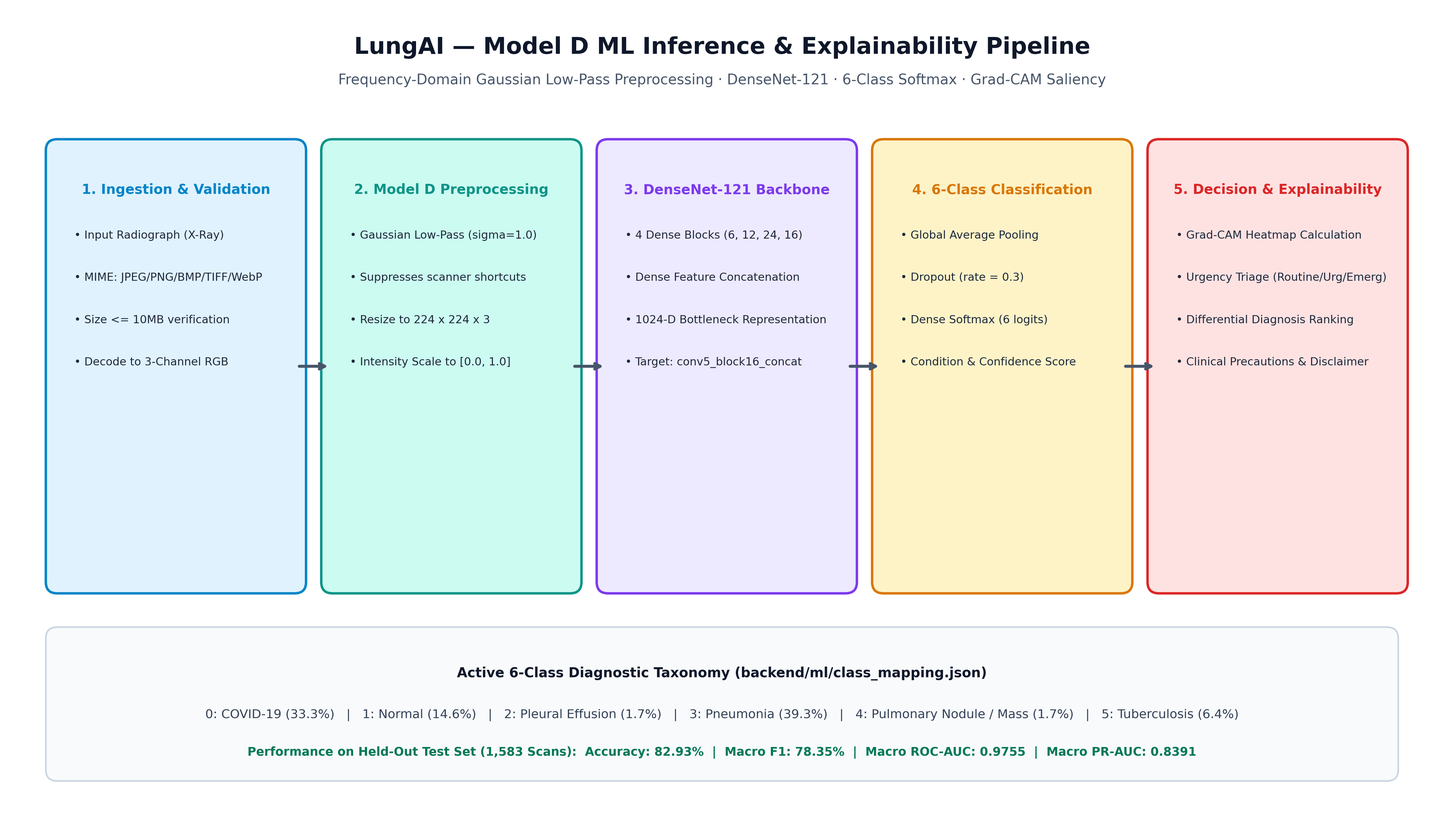
Above: docs/diagrams/rendered/ml_inference_pipeline.png in KSathwik/Lung_Disease_Detector (Mermaid), before the change. Its source is kept beside it as docs/diagrams/source/ml_inference_pipeline.mmd. The source it was exported from:
```mermaid
flowchart TD
    RawCXR["Input Chest Radiograph<br/>(JPEG / PNG / BMP / TIFF / WebP &le; 10MB)"]

    subgraph Preprocessing_Stage ["Model D Frequency-Domain Preprocessing Pipeline"]
        Decode["Format & Channel Normalization<br/>Ensure 3-Channel RGB (H &times; W &times; 3)"]
        LPF["Spatial Gaussian Low-Pass Filter (&sigma; = 1.0)<br/>Attenuates High-Frequency Scanner Artifacts"]
        Resize["ImageNet Geometry Standardization<br/>Bilinear Interpolation &rarr; 224 &times; 224 &times; 3"]
        Norm["Intensity Scaling<br/>float32 Normalized to Range [0.0, 1.0]"]
    end

    subgraph Deep_Inference_Stage ["DenseNet-121 Deep Neural Network (Frozen Model D Checkpoint)"]
        ConvInit["Initial 7&times;7 Conv (stride 2) + 3&times;3 MaxPool<br/>64 Feature Maps"]
        DB1["Dense Block 1 (6 layers) + Transition Layer 1"]
        DB2["Dense Block 2 (12 layers) + Transition Layer 2"]
        DB3["Dense Block 3 (24 layers) + Transition Layer 3"]
        DB4["Dense Block 4 (16 layers)<br/>Target Feature Map: conv5_block16_concat"]
        Head["Global Average Pooling (1024-D)<br/>Dropout (p = 0.3) &bull; Dense 6 Units"]
        Softmax["Softmax Probability Vector &bull; &sum; p_i = 1.0"]
    end

    subgraph Decision_Explainability_Stage ["Clinical Decision Support & Explainability"]
        Classes["6 Active Disease Classes:<br/>0: COVID-19<br/>1: Normal<br/>2: Pleural Effusion<br/>3: Pneumonia<br/>4: Pulmonary Nodule / Mass<br/>5: Tuberculosis"]
        GradCAMCalc["Grad-CAM Gradient Computation<br/>&alpha;_k = GAP(&part;y^c / &part;A^k)<br/>L^c = ReLU(&sum; &alpha;_k A^k)"]
        Overlay["Saliency Map Generation<br/>Jet Color Map + Original CXR Alpha-Blending"]
        Triage["Urgency Triage Determination<br/>Routine (&le;60% or Normal)<br/>Urgent (Effusion/Nodule/TB)<br/>Emergency (COVID-19 / Severe Pneumonia)"]
        Findings["Radiological Findings & Advisory<br/>Differential Candidates &bull; Precautions &bull; Disclaimer"]
    end

    RawCXR --> Decode
    Decode --> LPF
    LPF --> Resize
    Resize --> Norm
    Norm --> ConvInit
    ConvInit --> DB1 --> DB2 --> DB3 --> DB4 --> Head --> Softmax
    Softmax --> Classes
    DB4 --> GradCAMCalc
    Softmax --> GradCAMCalc
    GradCAMCalc --> Overlay
    Classes --> Triage
    Triage --> Findings
```
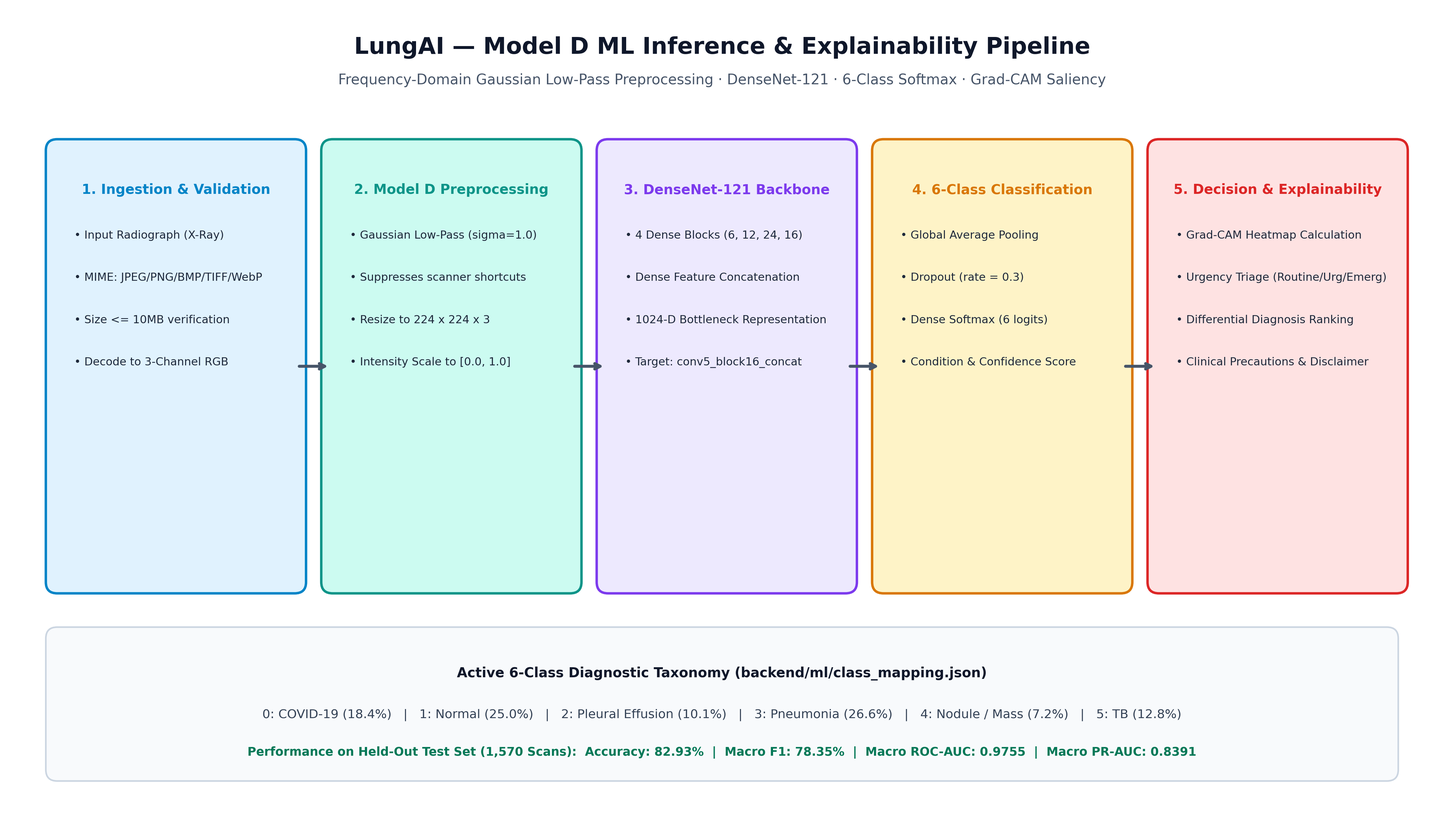
Above is the later version.

Diff of the diagram source:
```diff
@@ -3,9 +3,11 @@
 
     subgraph Preprocessing_Stage ["Model D Frequency-Domain Preprocessing Pipeline"]
         Decode["Format & Channel Normalization<br/>Ensure 3-Channel RGB (H &times; W &times; 3)"]
-        LPF["Spatial Gaussian Low-Pass Filter (&sigma; = 1.0)<br/>Attenuates High-Frequency Scanner Artifacts"]
-        Resize["ImageNet Geometry Standardization<br/>Bilinear Interpolation &rarr; 224 &times; 224 &times; 3"]
-        Norm["Intensity Scaling<br/>float32 Normalized to Range [0.0, 1.0]"]
+        Blur["Initial Gaussian Blur (3&times;3, &sigma;=0.8)<br/>High-Frequency Spike Damping"]
+        CLAHE["CIE LAB Conversion & CLAHE<br/>Clip Limit 2.0 &bull; Tile Grid 8&times;8 on L Channel"]
+        LPF["Spatial Gaussian Low-Pass Filter (&sigma;=1.0)<br/>Attenuates Scanner Fingerprints & Textures"]
+        Resize["ImageNet Geometry Standardization<br/>Lanczos-4 Interpolation &rarr; 224 &times; 224 &times; 3"]
+        Norm["ImageNet Z-Score Normalization<br/>(Pixel/255.0 - &mu;) / &sigma; &bull; float32"]
     end
 
     subgraph Deep_Inference_Stage ["DenseNet-121 Deep Neural Network (Frozen Model D Checkpoint)"]
@@ -13,21 +15,23 @@
         DB1["Dense Block 1 (6 layers) + Transition Layer 1"]
         DB2["Dense Block 2 (12 layers) + Transition Layer 2"]
         DB3["Dense Block 3 (24 layers) + Transition Layer 3"]
-        DB4["Dense Block 4 (16 layers)<br/>Target Feature Map: conv5_block16_concat"]
-        Head["Global Average Pooling (1024-D)<br/>Dropout (p = 0.3) &bull; Dense 6 Units"]
-        Softmax["Softmax Probability Vector &bull; &sum; p_i = 1.0"]
+        DB4["Dense Block 4 (16 layers)<br/>Target Feature Map: conv5_block16_concat / relu"]
+        Head["Global Average Pooling (1024-D) &bull; BatchNorm<br/>Dense Bottleneck (256-D, ReLU) &bull; Dropout (0.3)"]
+        Softmax["Dense Output (6 Classes) + Softmax &bull; &sum; p_i = 1.0"]
     end
 
     subgraph Decision_Explainability_Stage ["Clinical Decision Support & Explainability"]
-        Classes["6 Active Disease Classes:<br/>0: COVID-19<br/>1: Normal<br/>2: Pleural Effusion<br/>3: Pneumonia<br/>4: Pulmonary Nodule / Mass<br/>5: Tuberculosis"]
-        GradCAMCalc["Grad-CAM Gradient Computation<br/>&alpha;_k = GAP(&part;y^c / &part;A^k)<br/>L^c = ReLU(&sum; &alpha;_k A^k)"]
+        Classes["6 Active Disease Classes:<br/>0: COVID-19 &bull; 1: Normal &bull; 2: Pleural Effusion<br/>3: Pneumonia &bull; 4: Pulmonary Nodule / Mass &bull; 5: Tuberculosis"]
+        GradCAMCalc["Grad-CAM Gradient Computation<br/>&alpha;_k = GAP(&part;y^c / &part;A^k)<br/>L^c = ReLU(&sum; &alpha;_k A^k) on relu"]
         Overlay["Saliency Map Generation<br/>Jet Color Map + Original CXR Alpha-Blending"]
         Triage["Urgency Triage Determination<br/>Routine (&le;60% or Normal)<br/>Urgent (Effusion/Nodule/TB)<br/>Emergency (COVID-19 / Severe Pneumonia)"]
         Findings["Radiological Findings & Advisory<br/>Differential Candidates &bull; Precautions &bull; Disclaimer"]
     end
 
     RawCXR --> Decode
-    Decode --> LPF
+    Decode --> Blur
+    Blur --> CLAHE
+    CLAHE --> LPF
     LPF --> Resize
     Resize --> Norm
     Norm --> ConvInit
```
